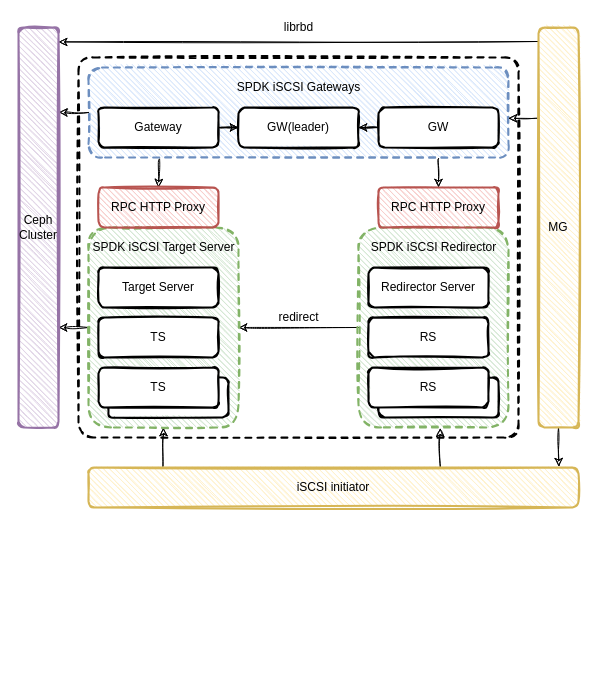
This is page "spdk iscsi gateway" (3 of 3) of spdk/spdk_iscsi.drawio from EarthWind/deeparch, a draw.io file, before an edit. Source tidied: cells renumbered, new cells numbered last; positions are measured from the earlier drawing's top-left corner, leaving out a move shared by most shapes. Both pictures are drawn from the tidied source at 100%, with x=0, y=0 at pixel (18, 17).
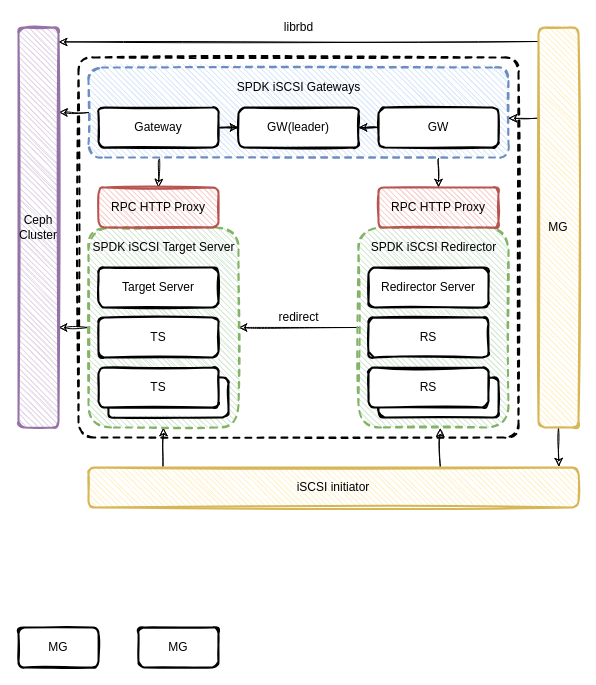
The same page after the edit.

The edit, as a diff of the source:
```diff
@@
+    <mxCell id="39" value="MG" style="rounded=1;whiteSpace=wrap;html=1;strokeWidth=2;fillWeight=4;hachureGap=8;hachureAngle=45;sketch=1;shadow=0;fontSize=12;fontColor=#000000;fillColor=#FFFFFF;" parent="1" vertex="1">
+      <mxGeometry y="610" width="80" height="40" as="geometry" />
+    </mxCell>
+    <mxCell id="40" value="MG" style="rounded=1;whiteSpace=wrap;html=1;strokeWidth=2;fillWeight=4;hachureGap=8;hachureAngle=45;sketch=1;shadow=0;fontSize=12;fontColor=#000000;fillColor=#FFFFFF;" parent="1" vertex="1">
+      <mxGeometry x="120" y="610" width="80" height="40" as="geometry" />
+    </mxCell>
```
